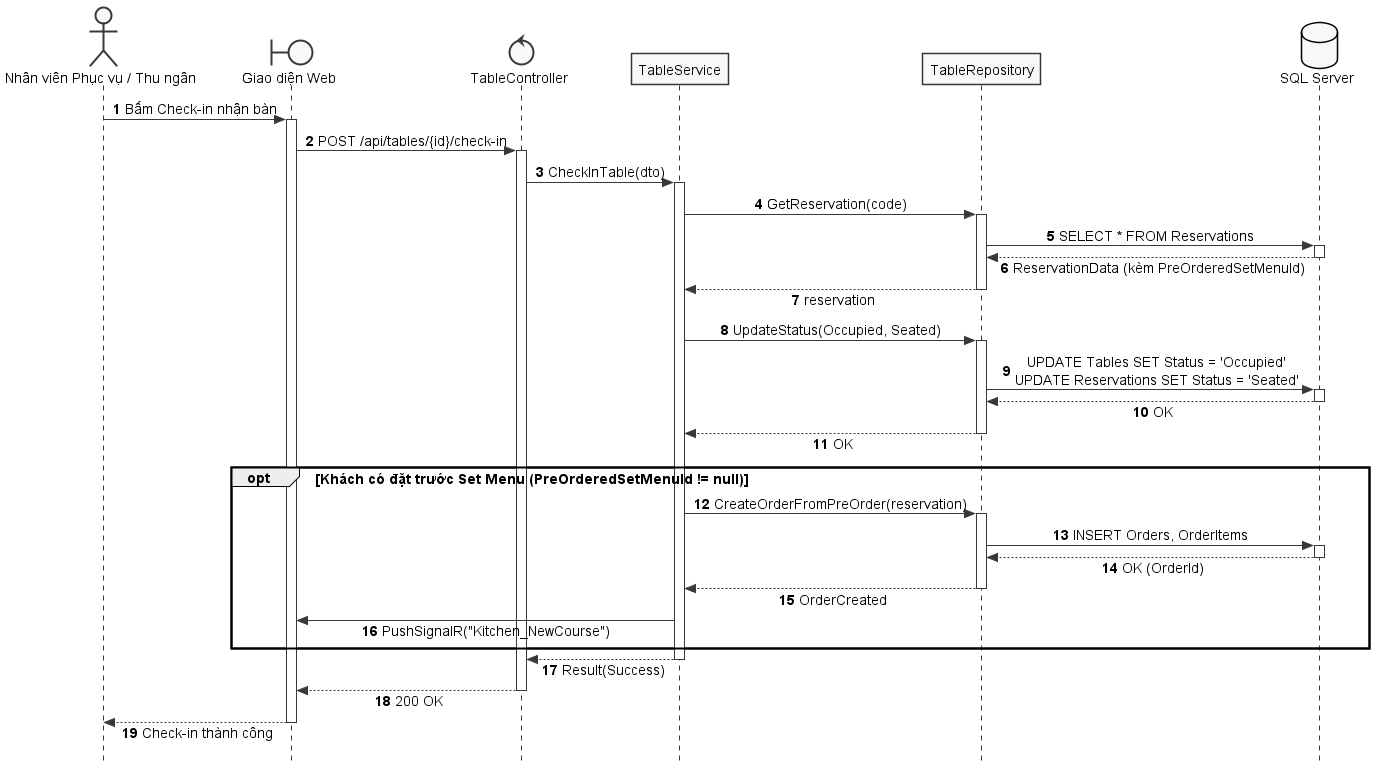
The PlantUML diagram docs/Diagram/puml/sequences/SD_UC_E6_1_CheckIn_Reservation.png in AndrewQng/VinDining, before a commit.
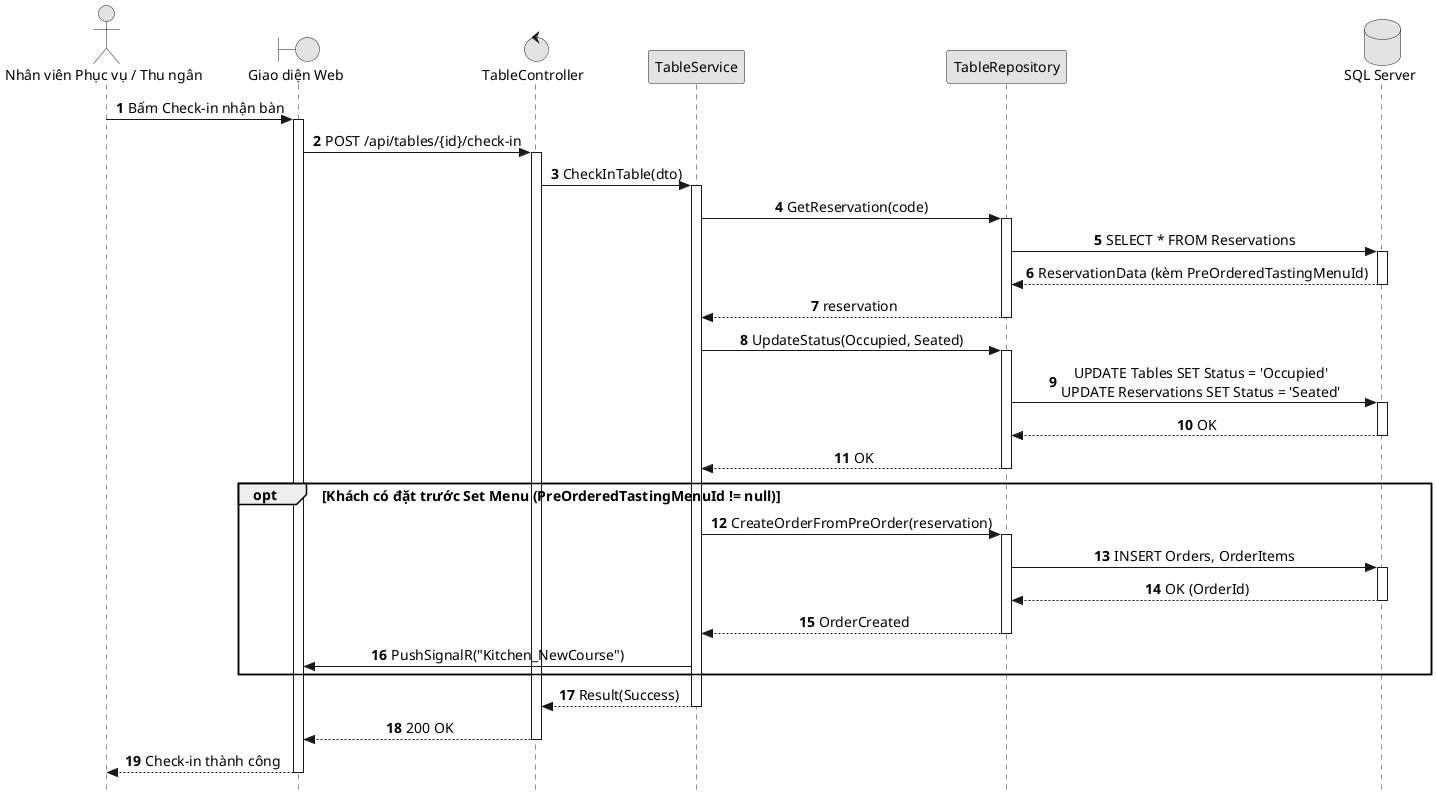
The same file after the commit.

Commit message:
docs(diagrams): re-render reservation deposit and check-in sequence diagrams

What changed in the source:
```diff
@@ -29,7 +29,7 @@
 
 Repo -> DB: SELECT * FROM Reservations
 activate DB
-DB --> Repo: ReservationData (kèm PreOrderedSetMenuId)
+DB --> Repo: ReservationData (kèm PreOrderedTastingMenuId)
 deactivate DB
 
 Repo --> Service: reservation
@@ -46,7 +46,7 @@
 Repo --> Service: OK
 deactivate Repo
 
-opt Khách có đặt trước Set Menu (PreOrderedSetMenuId != null)
+opt Khách có đặt trước Set Menu (PreOrderedTastingMenuId != null)
     Service -> Repo: CreateOrderFromPreOrder(reservation)
     activate Repo
     Repo -> DB: INSERT Orders, OrderItems
```
